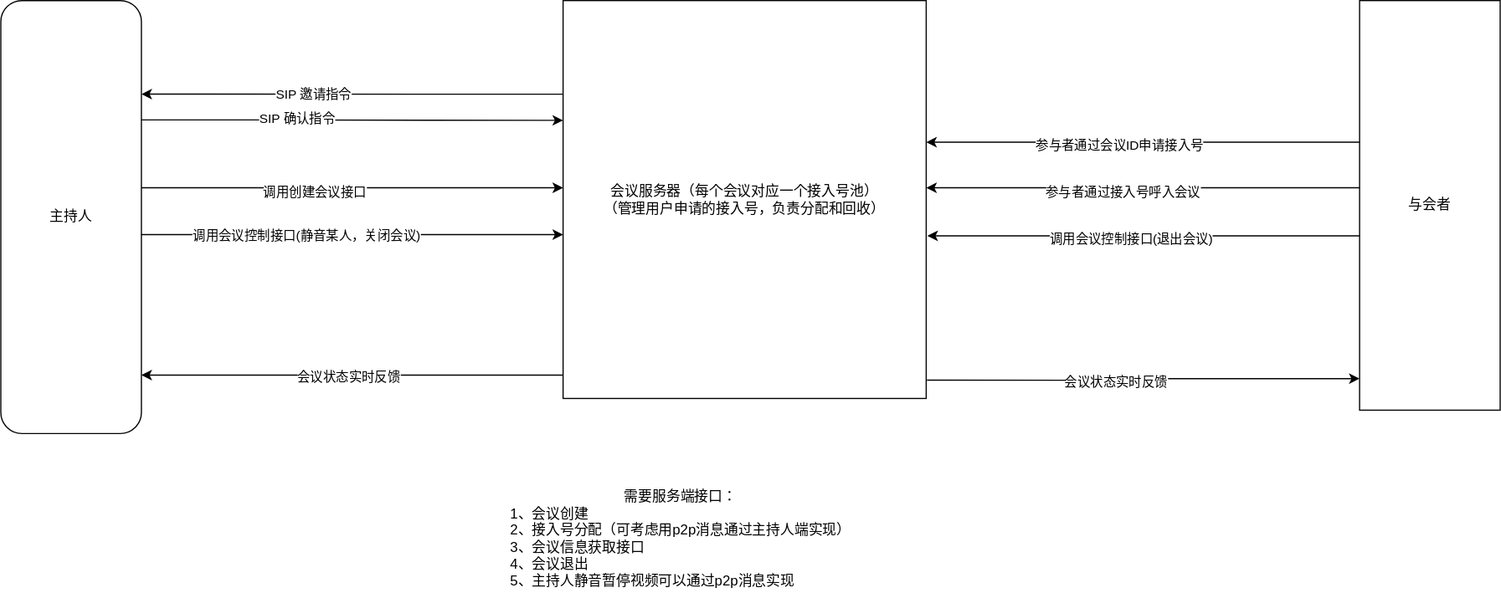
Above: Untitled Diagram.drawio.svg in westice007/test0 (draw.io), before the change. Source tidied: cells renumbered, new cells last; positions are measured from the earlier drawing's top-left corner, leaving out a move shared by most shapes.
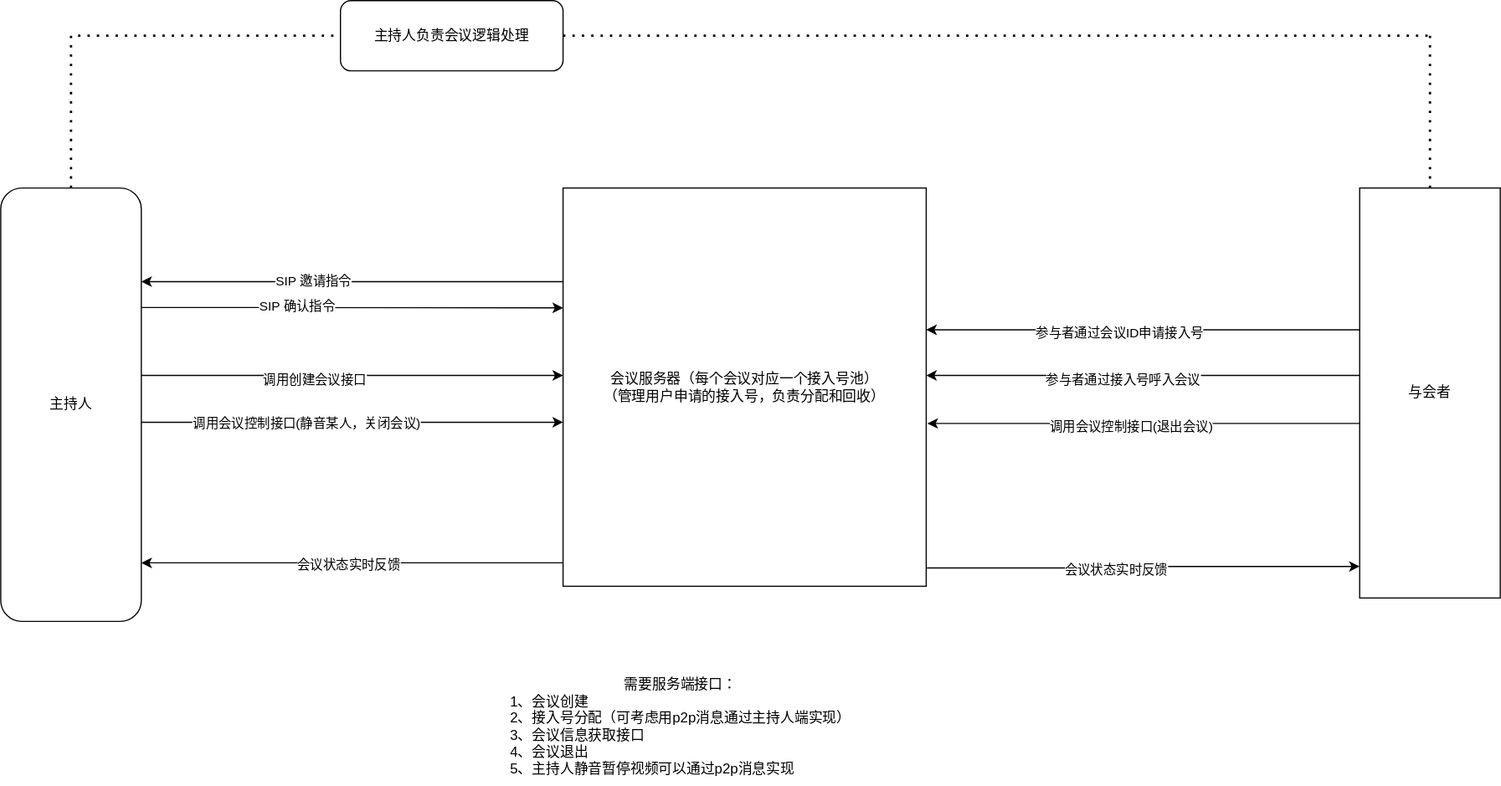
The same file after the commit.

Change to the diagram source:
```diff
@@ -118,5 +118,25 @@
     <mxCell id="24" value="需要服务端接口：&lt;br&gt;&lt;div style=&quot;text-align: left;&quot;&gt;&lt;span style=&quot;background-color: initial;&quot;&gt;1、会议创建&lt;/span&gt;&lt;/div&gt;&lt;div style=&quot;text-align: left;&quot;&gt;&lt;span style=&quot;background-color: initial;&quot;&gt;2、接入号分配（可考虑用p2p消息通过主持人端实现）&lt;/span&gt;&lt;/div&gt;&lt;div style=&quot;text-align: left;&quot;&gt;&lt;span style=&quot;background-color: initial;&quot;&gt;3、会议信息获取接口&lt;/span&gt;&lt;/div&gt;&lt;div style=&quot;text-align: left;&quot;&gt;&lt;span style=&quot;background-color: initial;&quot;&gt;4、会议退出&lt;/span&gt;&lt;/div&gt;&lt;div style=&quot;text-align: left;&quot;&gt;&lt;span style=&quot;background-color: initial;&quot;&gt;5、主持人静音暂停视频可以通过p2p消息实现&lt;/span&gt;&lt;/div&gt;" style="text;html=1;align=center;verticalAlign=middle;strokeColor=none;fillColor=none;" parent="1" vertex="1">
       <mxGeometry x="425" y="410" width="310" height="100" as="geometry" />
     </mxCell>
+    <mxCell id="25" value="主持人负责会议逻辑处理" style="rounded=1;whiteSpace=wrap;html=1;" parent="1" vertex="1">
+      <mxGeometry x="290" y="-160" width="190" height="60" as="geometry" />
+    </mxCell>
+    <mxCell id="26" style="endArrow=none;dashed=1;html=1;dashPattern=1 3;strokeWidth=2;rounded=0;entryX=0;entryY=0.5;entryDx=0;entryDy=0;exitX=0.5;exitY=0;exitDx=0;exitDy=0;" parent="1" edge="1" source="8" target="25">
+      <mxGeometry relative="1" as="geometry">
+        <Array as="points">
+          <mxPoint x="60" y="-130" />
+        </Array>
+      </mxGeometry>
+    </mxCell>
+    <mxCell id="27" style="endArrow=none;dashed=1;html=1;dashPattern=1 3;strokeWidth=2;rounded=0;exitX=1;exitY=0.5;exitDx=0;exitDy=0;" parent="1" edge="1" source="25">
+      <mxGeometry relative="1" as="geometry">
+        <mxPoint x="1220" y="-130" as="targetPoint" />
+      </mxGeometry>
+    </mxCell>
+    <mxCell id="28" style="endArrow=none;dashed=1;html=1;dashPattern=1 3;strokeWidth=2;rounded=0;" parent="1" edge="1" source="23">
+      <mxGeometry relative="1" as="geometry">
+        <mxPoint x="1220" y="-130" as="targetPoint" />
+      </mxGeometry>
+    </mxCell>
   </root>
 </mxGraphModel>
```
